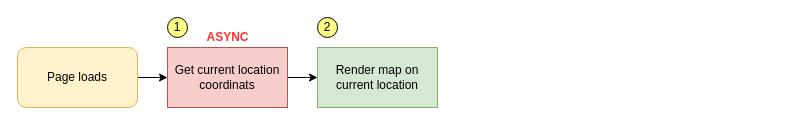
Before: 15-Mapty/starter/Untitled Diagram.drawio in zhangji0810/complete-javascript-course, a draw.io diagram. Source tidied: cells renumbered, new cells numbered last; positions are measured from the earlier drawing's top-left corner, leaving out a move shared by most shapes. Both pictures are drawn from the tidied source at 100%, with x=0, y=0 at pixel (17, 17).
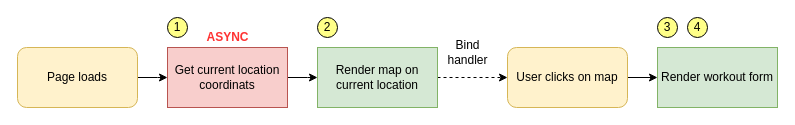
Above is the later version.

The edit, as a diff of the source:
```diff
@@
 <mxGraphModel>
   <root>
     <mxCell id="0" />
     <mxCell id="1" parent="0" />
     <mxCell id="2" style="edgeStyle=orthogonalEdgeStyle;rounded=0;jettySize=auto;html=1;" parent="1" edge="1" source="3">
       <mxGeometry relative="1" as="geometry">
         <mxPoint x="150" y="60" as="targetPoint" />
       </mxGeometry>
     </mxCell>
     <mxCell id="3" value="Page loads" style="rounded=1;whiteSpace=wrap;html=1;fillColor=#fff2cc;strokeColor=#d6b656;" parent="1" vertex="1">
       <mxGeometry y="30" width="120" height="60" as="geometry" />
     </mxCell>
     <mxCell id="4" style="edgeStyle=orthogonalEdgeStyle;rounded=0;jettySize=auto;html=1;" parent="1" edge="1" source="5">
       <mxGeometry relative="1" as="geometry">
         <mxPoint x="300" y="60" as="targetPoint" />
       </mxGeometry>
     </mxCell>
     <mxCell id="5" value="Get current location coordinats" style="rounded=0;whiteSpace=wrap;html=1;fillColor=#f8cecc;strokeColor=#b85450;" parent="1" vertex="1">
       <mxGeometry x="150" y="30" width="120" height="60" as="geometry" />
     </mxCell>
     <mxCell id="6" value="&lt;b&gt;&lt;font color=&quot;#ff3333&quot;&gt;ASYNC&lt;/font&gt;&lt;/b&gt;" style="text;html=1;align=center;verticalAlign=middle;" parent="1" vertex="1">
       <mxGeometry x="180" y="10" width="60" height="20" as="geometry" />
     </mxCell>
     <mxCell id="7" value="1" style="ellipse;whiteSpace=wrap;html=1;fillColor=#ffff88;" parent="1" vertex="1">
       <mxGeometry x="150" width="20" height="20" as="geometry" />
     </mxCell>
+    <mxCell id="10" style="edgeStyle=orthogonalEdgeStyle;rounded=0;jettySize=auto;html=1;dashed=1;" parent="1" edge="1" source="8">
+      <mxGeometry relative="1" as="geometry">
+        <mxPoint x="490" y="60" as="targetPoint" />
+      </mxGeometry>
+    </mxCell>
     <mxCell id="8" value="Render map on current location" style="rounded=0;whiteSpace=wrap;html=1;fillColor=#d5e8d4;strokeColor=#82b366;" parent="1" vertex="1">
       <mxGeometry x="300" y="30" width="120" height="60" as="geometry" />
     </mxCell>
     <mxCell id="9" value="2" style="ellipse;whiteSpace=wrap;html=1;fillColor=#ffff88;" parent="1" vertex="1">
       <mxGeometry x="300" width="20" height="20" as="geometry" />
     </mxCell>
+    <mxCell id="11" value="Bind &lt;br&gt;handler" style="text;html=1;align=center;verticalAlign=middle;fillColor=none;strokeColor=none;rounded=0;" parent="1" vertex="1">
+      <mxGeometry x="420" y="20" width="60" height="30" as="geometry" />
+    </mxCell>
+    <mxCell id="12" style="edgeStyle=orthogonalEdgeStyle;rounded=0;jettySize=auto;html=1;entryX=0;entryY=0.5;entryDx=0;entryDy=0;" parent="1" edge="1" source="13" target="14">
+      <mxGeometry relative="1" as="geometry" />
+    </mxCell>
+    <mxCell id="13" value="User clicks on map" style="rounded=1;whiteSpace=wrap;html=1;fillColor=#fff2cc;strokeColor=#d6b656;" parent="1" vertex="1">
+      <mxGeometry x="490" y="30" width="120" height="60" as="geometry" />
+    </mxCell>
+    <mxCell id="14" value="Render workout form" style="rounded=0;whiteSpace=wrap;html=1;fillColor=#d5e8d4;strokeColor=#82b366;" parent="1" vertex="1">
+      <mxGeometry x="640" y="30" width="120" height="60" as="geometry" />
+    </mxCell>
+    <mxCell id="15" value="3" style="ellipse;whiteSpace=wrap;html=1;fillColor=#ffff88;" parent="1" vertex="1">
+      <mxGeometry x="640" width="20" height="20" as="geometry" />
+    </mxCell>
+    <mxCell id="16" value="4" style="ellipse;whiteSpace=wrap;html=1;fillColor=#ffff88;" parent="1" vertex="1">
+      <mxGeometry x="670" width="20" height="20" as="geometry" />
+    </mxCell>
   </root>
 </mxGraphModel>
```
